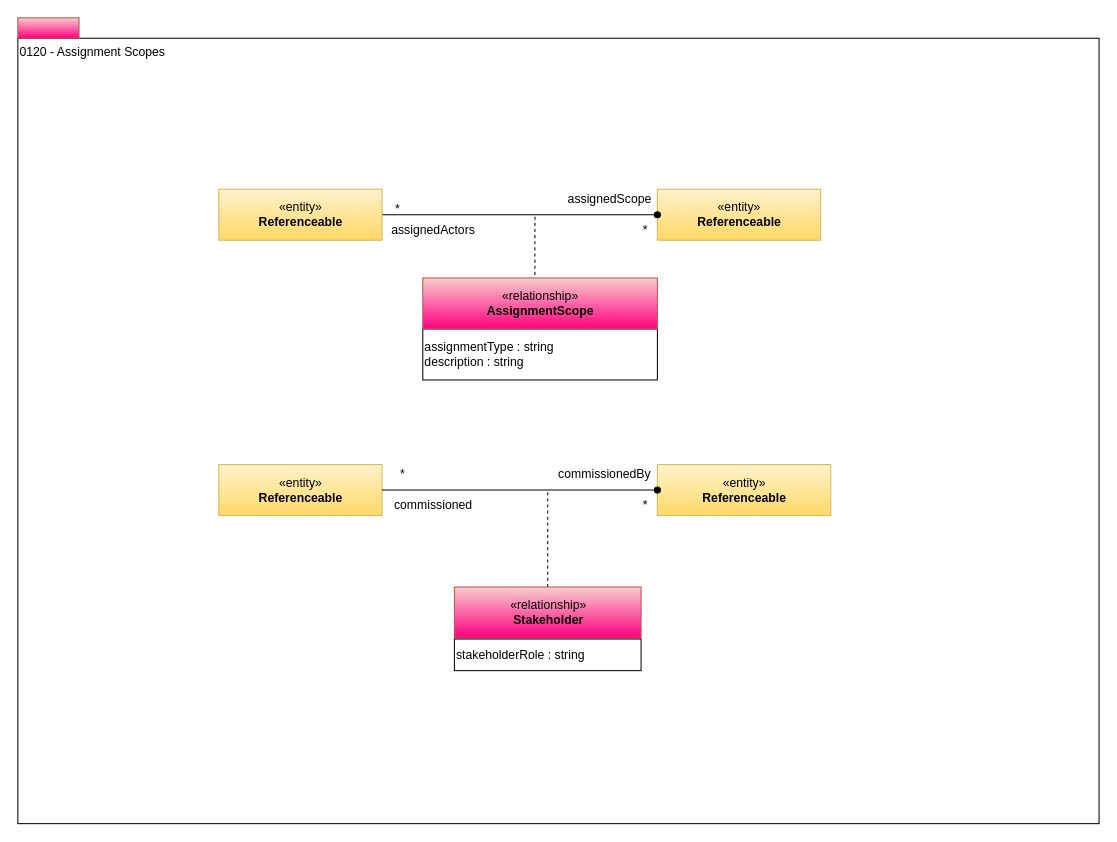
odpi/egeria-docs keeps this draw.io diagram as page "0120-Assignment-Scopes" (9 of 16) of site/docs/types/1/area-1-collaboration.drawio. Above is the earlier version. Source tidied: cells renumbered, new cells numbered last; positions are measured from the earlier drawing's top-left corner, leaving out a move shared by most shapes. Both pictures are drawn from the tidied source at 102%, with x=0, y=0 at pixel (17, 17).
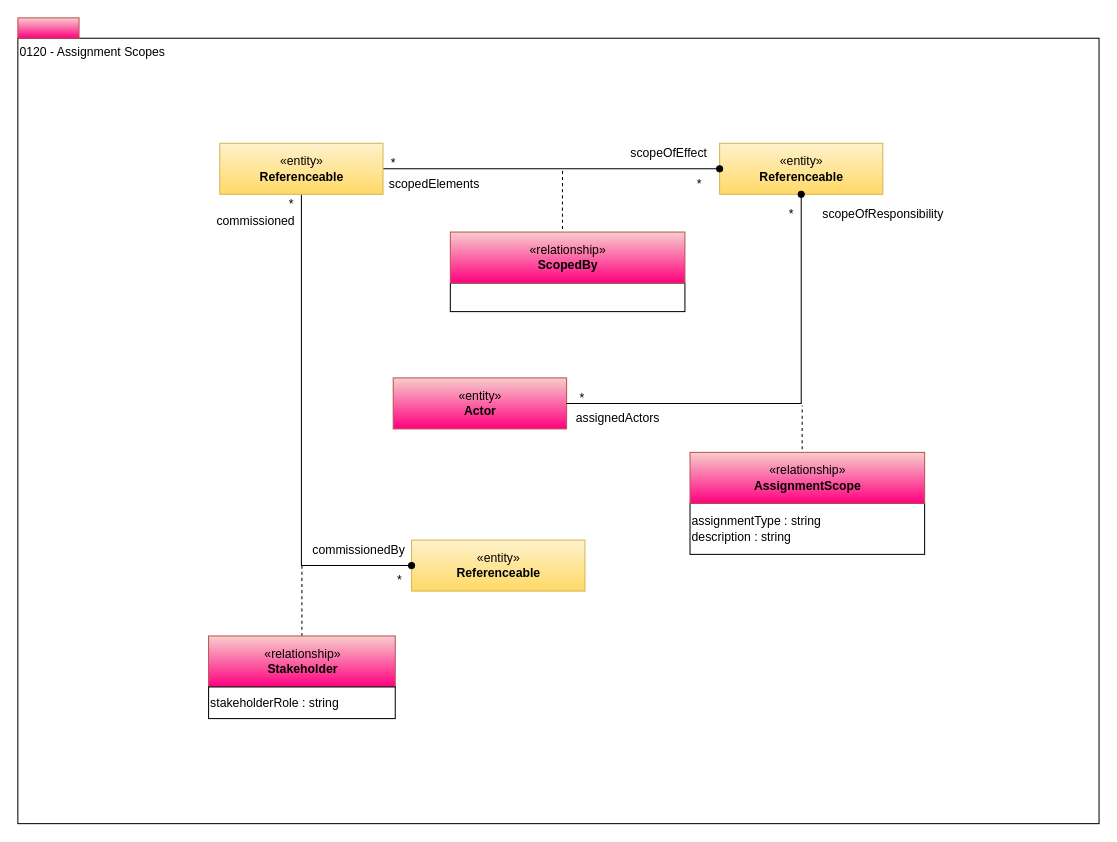
The same diagram, later.

Diff of the diagram source:
```diff
@@
-    <mxCell id="4" value="«entity»&lt;br&gt;&lt;b&gt;Referenceable&lt;/b&gt;" style="html=1;strokeColor=#d6b656;align=center;fillColor=#fff2cc;gradientColor=#ffd966;" parent="1" vertex="1">
-      <mxGeometry x="627" y="168" width="160" height="50" as="geometry" />
-    </mxCell>
-    <mxCell id="5" style="edgeStyle=orthogonalEdgeStyle;rounded=0;html=1;exitX=1;exitY=0.5;jettySize=auto;endArrow=oval;endFill=1;exitDx=0;exitDy=0;" parent="1" edge="1" source="12" target="4">
-      <mxGeometry relative="1" as="geometry" />
-    </mxCell>
     <mxCell id="6" style="edgeStyle=orthogonalEdgeStyle;rounded=0;html=1;endArrow=none;endFill=0;jettySize=auto;dashed=1;exitX=0.478;exitY=0.06;exitDx=0;exitDy=0;exitPerimeter=0;" parent="1" edge="1" source="13">
       <mxGeometry relative="1" as="geometry">
-        <mxPoint x="507" y="195" as="targetPoint" />
+        <mxPoint x="769" y="380" as="targetPoint" />
       </mxGeometry>
     </mxCell>
     <mxCell id="7" value="assignmentType : string&lt;br&gt;description : string" style="rounded=0;whiteSpace=wrap;html=1;strokeColor=#000000;gradientColor=#ffffff;align=left;" parent="1" vertex="1">
-      <mxGeometry x="397" y="305" width="230" height="50" as="geometry" />
+      <mxGeometry x="659" y="476" width="230" height="50" as="geometry" />
     </mxCell>
-    <mxCell id="8" value="assignedScope" style="text;html=1;align=center;verticalAlign=top;spacingTop=-4;" parent="1" vertex="1">
-      <mxGeometry x="530" y="168" width="100" height="20" as="geometry" />
+    <mxCell id="8" value="scopeOfResponsibility" style="text;html=1;align=center;verticalAlign=top;spacingTop=-4;" parent="1" vertex="1">
+      <mxGeometry x="778" y="183" width="140" height="20" as="geometry" />
     </mxCell>
     <mxCell id="9" value="assignedActors" style="text;html=1;align=center;verticalAlign=top;spacingTop=-4;" parent="1" vertex="1">
-      <mxGeometry x="357" y="198" width="100" height="20" as="geometry" />
+      <mxGeometry x="538" y="383" width="100" height="20" as="geometry" />
     </mxCell>
     <mxCell id="10" value="*" style="text;html=1;align=center;verticalAlign=top;spacingTop=-4;" parent="1" vertex="1">
-      <mxGeometry x="605" y="198" width="20" height="20" as="geometry" />
+      <mxGeometry x="748" y="183" width="20" height="20" as="geometry" />
     </mxCell>
     <mxCell id="11" value="*" style="text;html=1;align=center;verticalAlign=top;spacingTop=-4;" parent="1" vertex="1">
-      <mxGeometry x="362" y="178" width="20" height="20" as="geometry" />
+      <mxGeometry x="543" y="363" width="20" height="20" as="geometry" />
     </mxCell>
-    <mxCell id="12" value="«entity»&lt;br&gt;&lt;b&gt;Referenceable&lt;/b&gt;" style="html=1;strokeColor=#d6b656;align=center;fillColor=#fff2cc;gradientColor=#ffd966;" parent="1" vertex="1">
-      <mxGeometry x="197" y="168" width="160" height="50" as="geometry" />
-    </mxCell>
     <mxCell id="13" value="«relationship»&lt;br&gt;&lt;b&gt;AssignmentScope&lt;/b&gt;" style="html=1;strokeColor=#b85450;align=center;fillColor=#f8cecc;gradientColor=#FF0080;" parent="1" vertex="1">
-      <mxGeometry x="397" y="255" width="230" height="50" as="geometry" />
+      <mxGeometry x="659" y="426" width="230" height="50" as="geometry" />
     </mxCell>
-    <mxCell id="14" value="«entity»&lt;br&gt;&lt;b&gt;Referenceable&lt;/b&gt;" style="html=1;strokeColor=#d6b656;align=center;fillColor=#fff2cc;gradientColor=#ffd966;" parent="1" vertex="1">
-      <mxGeometry x="197" y="438" width="160" height="50" as="geometry" />
-    </mxCell>
     <mxCell id="15" value="«entity»&lt;br&gt;&lt;b&gt;Referenceable&lt;/b&gt;" style="html=1;strokeColor=#d6b656;align=center;fillColor=#fff2cc;gradientColor=#ffd966;" parent="1" vertex="1">
-      <mxGeometry x="627" y="438" width="170" height="50" as="geometry" />
+      <mxGeometry x="386" y="512" width="170" height="50" as="geometry" />
     </mxCell>
-    <mxCell id="16" style="edgeStyle=orthogonalEdgeStyle;rounded=0;jettySize=auto;html=1;exitX=1;exitY=0.5;exitDx=0;exitDy=0;entryX=0;entryY=0.5;entryDx=0;entryDy=0;startArrow=none;startFill=0;endArrow=oval;endFill=1;" parent="1" edge="1" source="14" target="15">
+    <mxCell id="16" style="edgeStyle=orthogonalEdgeStyle;rounded=0;jettySize=auto;html=1;exitX=0.5;exitY=1;exitDx=0;exitDy=0;entryX=0;entryY=0.5;entryDx=0;entryDy=0;startArrow=none;startFill=0;endArrow=oval;endFill=1;" parent="1" edge="1" source="32" target="15">
       <mxGeometry relative="1" as="geometry" />
     </mxCell>
     <mxCell id="17" style="edgeStyle=orthogonalEdgeStyle;rounded=0;html=1;exitX=0.5;exitY=0;endArrow=none;endFill=0;jettySize=auto;dashed=1;exitDx=0;exitDy=0;" parent="1" edge="1" source="18">
       <mxGeometry relative="1" as="geometry">
-        <mxPoint x="519.5" y="463.5" as="targetPoint" />
+        <mxPoint x="278.5" y="537.5" as="targetPoint" />
       </mxGeometry>
     </mxCell>
     <mxCell id="18" value="«relationship»&lt;br&gt;&lt;b&gt;Stakeholder&lt;/b&gt;" style="html=1;strokeColor=#b85450;align=center;fillColor=#f8cecc;gradientColor=#FF0080;" parent="1" vertex="1">
-      <mxGeometry x="428" y="558" width="183" height="50" as="geometry" />
+      <mxGeometry x="187" y="606" width="183" height="50" as="geometry" />
     </mxCell>
     <mxCell id="19" value="stakeholderRole : string" style="rounded=0;whiteSpace=wrap;html=1;strokeColor=#000000;gradientColor=#ffffff;align=left;" parent="1" vertex="1">
-      <mxGeometry x="428" y="609" width="183" height="31" as="geometry" />
+      <mxGeometry x="187" y="656" width="183" height="31" as="geometry" />
     </mxCell>
     <mxCell id="20" value="commissioned" style="text;html=1;align=center;verticalAlign=middle;strokeColor=none;fillColor=none;" parent="1" vertex="1">
-      <mxGeometry x="362" y="468" width="90" height="20" as="geometry" />
+      <mxGeometry x="188" y="190" width="90" height="20" as="geometry" />
     </mxCell>
     <mxCell id="21" value="commissionedBy" style="text;html=1;align=center;verticalAlign=middle;strokeColor=none;fillColor=none;" parent="1" vertex="1">
-      <mxGeometry x="520" y="438" width="110" height="20" as="geometry" />
+      <mxGeometry x="279" y="512" width="110" height="20" as="geometry" />
     </mxCell>
     <mxCell id="22" value="*" style="text;html=1;align=center;verticalAlign=middle;strokeColor=none;fillColor=none;" parent="1" vertex="1">
-      <mxGeometry x="367" y="438" width="20" height="20" as="geometry" />
+      <mxGeometry x="258" y="173" width="20" height="20" as="geometry" />
     </mxCell>
     <mxCell id="23" value="*" style="text;html=1;align=center;verticalAlign=middle;strokeColor=none;fillColor=none;" parent="1" vertex="1">
-      <mxGeometry x="605" y="468" width="20" height="20" as="geometry" />
+      <mxGeometry x="364" y="542" width="20" height="20" as="geometry" />
     </mxCell>
+    <mxCell id="24" value="«entity»&lt;br&gt;&lt;b&gt;Referenceable&lt;/b&gt;" style="html=1;strokeColor=#d6b656;align=center;fillColor=#fff2cc;gradientColor=#ffd966;" parent="1" vertex="1">
+      <mxGeometry x="688" y="123" width="160" height="50" as="geometry" />
+    </mxCell>
+    <mxCell id="25" style="edgeStyle=orthogonalEdgeStyle;rounded=0;html=1;exitX=1;exitY=0.5;jettySize=auto;endArrow=oval;endFill=1;exitDx=0;exitDy=0;" parent="1" edge="1" source="32" target="24">
+      <mxGeometry relative="1" as="geometry" />
+    </mxCell>
+    <mxCell id="26" style="edgeStyle=orthogonalEdgeStyle;rounded=0;html=1;endArrow=none;endFill=0;jettySize=auto;dashed=1;exitX=0.478;exitY=0.06;exitDx=0;exitDy=0;exitPerimeter=0;" parent="1" edge="1" source="33">
+      <mxGeometry relative="1" as="geometry">
+        <mxPoint x="534" y="150" as="targetPoint" />
+      </mxGeometry>
+    </mxCell>
+    <mxCell id="27" style="rounded=0;whiteSpace=wrap;html=1;strokeColor=#000000;gradientColor=#ffffff;align=left;" parent="1" vertex="1">
+      <mxGeometry x="424" y="260" width="230" height="28" as="geometry" />
+    </mxCell>
+    <mxCell id="28" value="scopeOfEffect" style="text;html=1;align=center;verticalAlign=top;spacingTop=-4;" parent="1" vertex="1">
+      <mxGeometry x="588" y="123" width="100" height="20" as="geometry" />
+    </mxCell>
+    <mxCell id="29" value="scopedElements" style="text;html=1;align=center;verticalAlign=top;spacingTop=-4;" parent="1" vertex="1">
+      <mxGeometry x="353" y="153" width="110" height="20" as="geometry" />
+    </mxCell>
+    <mxCell id="30" value="*" style="text;html=1;align=center;verticalAlign=top;spacingTop=-4;" parent="1" vertex="1">
+      <mxGeometry x="658" y="153" width="20" height="20" as="geometry" />
+    </mxCell>
+    <mxCell id="31" value="*" style="text;html=1;align=center;verticalAlign=top;spacingTop=-4;" parent="1" vertex="1">
+      <mxGeometry x="358" y="133" width="20" height="20" as="geometry" />
+    </mxCell>
+    <mxCell id="32" value="«entity»&lt;br&gt;&lt;b&gt;Referenceable&lt;/b&gt;" style="html=1;strokeColor=#d6b656;align=center;fillColor=#fff2cc;gradientColor=#ffd966;" parent="1" vertex="1">
+      <mxGeometry x="198" y="123" width="160" height="50" as="geometry" />
+    </mxCell>
+    <mxCell id="33" value="«relationship»&lt;br&gt;&lt;b&gt;ScopedBy&lt;/b&gt;" style="html=1;strokeColor=#b85450;align=center;fillColor=#f8cecc;gradientColor=#FF0080;" parent="1" vertex="1">
+      <mxGeometry x="424" y="210" width="230" height="50" as="geometry" />
+    </mxCell>
+    <mxCell id="34" value="«entity»&lt;br&gt;&lt;b&gt;Actor&lt;/b&gt;" style="html=1;strokeColor=#b85450;align=center;fillColor=#f8cecc;gradientColor=#FF0080;" parent="1" vertex="1">
+      <mxGeometry x="368" y="353" width="170" height="50" as="geometry" />
+    </mxCell>
+    <mxCell id="5" style="edgeStyle=orthogonalEdgeStyle;rounded=0;html=1;exitX=1;exitY=0.5;jettySize=auto;endArrow=oval;endFill=1;exitDx=0;exitDy=0;" parent="1" edge="1" source="34" target="24">
+      <mxGeometry relative="1" as="geometry" />
+    </mxCell>
```
